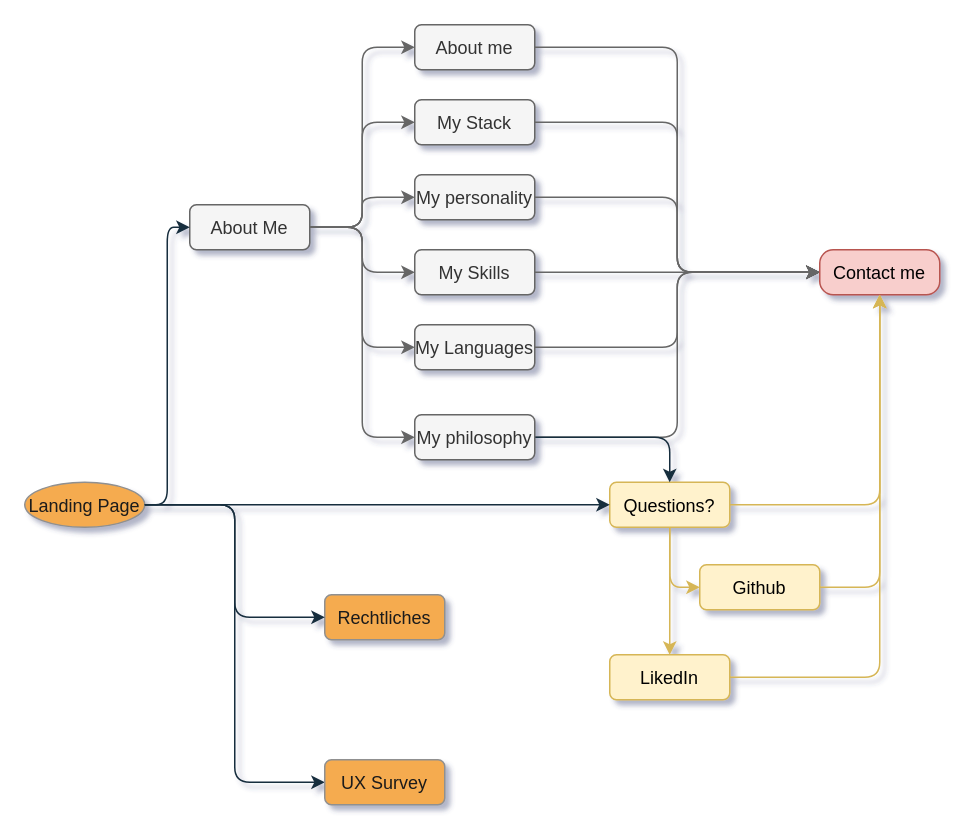
The draw.io diagram IA-Model/IA-Model.drawio in Sternenwarte88/webpage, before the edit. Source tidied: cells renumbered, new cells numbered last; positions are measured from the earlier drawing's top-left corner, leaving out a move shared by most shapes. Both pictures are drawn from the tidied source at 150%, with x=0, y=0 at pixel (24, 24).
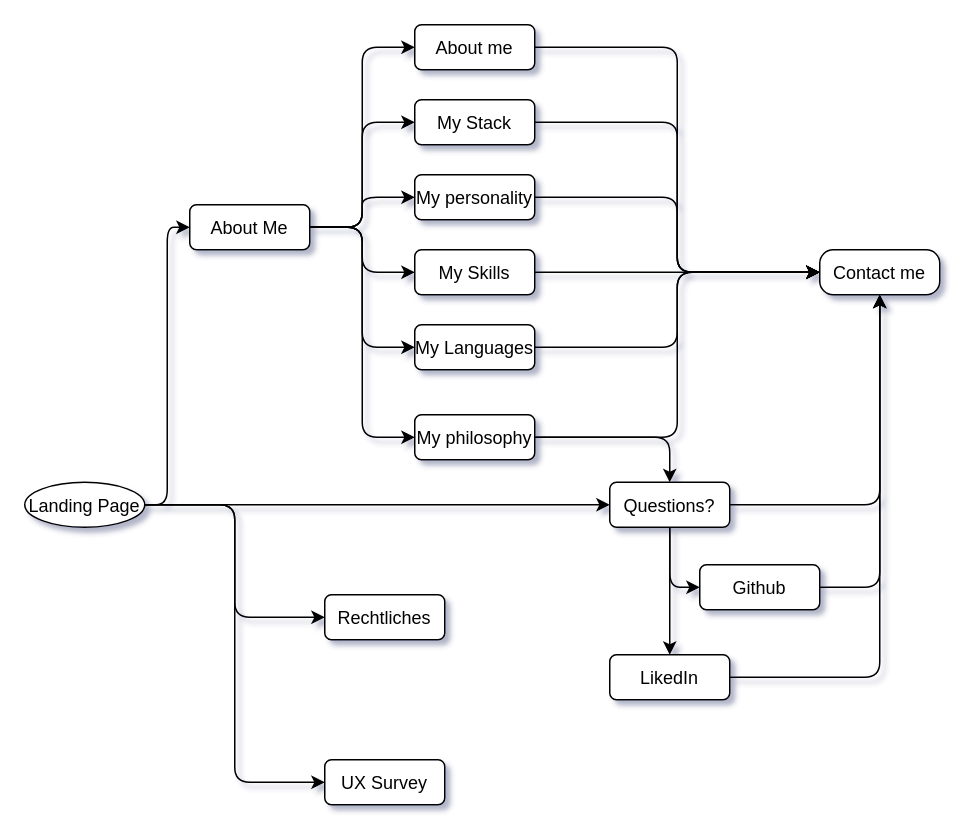
Above is the later version.

Commit message (it also covers changes not shown here):
improved visual styling landing page

Change to the diagram source:
```diff
@@
-    <mxCell id="2" style="edgeStyle=orthogonalEdgeStyle;jettySize=auto;html=1;exitX=1;exitY=0.5;exitDx=0;exitDy=0;entryX=0;entryY=0.5;entryDx=0;entryDy=0;labelBackgroundColor=#EEEEEE;strokeColor=#182E3E;fontColor=#1A1A1A;" parent="1" edge="1" source="3" target="37">
+    <mxCell id="2" style="edgeStyle=orthogonalEdgeStyle;jettySize=auto;html=1;exitX=1;exitY=0.5;exitDx=0;exitDy=0;entryX=0;entryY=0.5;entryDx=0;entryDy=0;" parent="1" edge="1" source="3" target="37">
       <mxGeometry relative="1" as="geometry" />
     </mxCell>
-    <mxCell id="3" value="Landing Page" style="ellipse;rounded=1;fillColor=#F5AB50;strokeColor=#909090;fontColor=#1A1A1A;" parent="1" vertex="1">
+    <mxCell id="3" value="Landing Page" style="ellipse;rounded=1;" parent="1" vertex="1">
       <mxGeometry y="305" width="80" height="30" as="geometry" />
     </mxCell>
-    <mxCell id="4" value="About Me" style="rounded=1;fillColor=#f5f5f5;strokeColor=#666666;fontColor=#333333;" parent="1" vertex="1">
+    <mxCell id="4" value="About Me" style="rounded=1;" parent="1" vertex="1">
       <mxGeometry x="110" y="120" width="80" height="30" as="geometry" />
     </mxCell>
-    <mxCell id="5" style="edgeStyle=elbowEdgeStyle;elbow=horizontal;labelBackgroundColor=#EEEEEE;strokeColor=#182E3E;fontColor=#1A1A1A;" parent="1" edge="1" source="3" target="4">
+    <mxCell id="5" style="edgeStyle=elbowEdgeStyle;elbow=horizontal;" parent="1" edge="1" source="3" target="4">
       <mxGeometry relative="1" as="geometry" />
     </mxCell>
-    <mxCell id="6" style="edgeStyle=orthogonalEdgeStyle;jettySize=auto;html=1;labelBackgroundColor=#EEEEEE;strokeColor=#d6b656;fontColor=#1A1A1A;fillColor=#fff2cc;" parent="1" edge="1" source="9" target="32">
+    <mxCell id="6" style="edgeStyle=orthogonalEdgeStyle;jettySize=auto;html=1;" parent="1" edge="1" source="9" target="32">
       <mxGeometry relative="1" as="geometry" />
     </mxCell>
-    <mxCell id="7" style="edgeStyle=orthogonalEdgeStyle;jettySize=auto;html=1;labelBackgroundColor=#EEEEEE;strokeColor=#d6b656;fontColor=#1A1A1A;fillColor=#fff2cc;" parent="1" edge="1" source="9" target="34">
+    <mxCell id="7" style="edgeStyle=orthogonalEdgeStyle;jettySize=auto;html=1;" parent="1" edge="1" source="9" target="34">
       <mxGeometry relative="1" as="geometry" />
     </mxCell>
-    <mxCell id="8" style="edgeStyle=orthogonalEdgeStyle;jettySize=auto;html=1;labelBackgroundColor=#EEEEEE;strokeColor=#d6b656;fontColor=#1A1A1A;fillColor=#fff2cc;" parent="1" edge="1" source="9" target="36">
+    <mxCell id="8" style="edgeStyle=orthogonalEdgeStyle;jettySize=auto;html=1;" parent="1" edge="1" source="9" target="36">
       <mxGeometry relative="1" as="geometry">
         <Array as="points">
           <mxPoint x="430" y="375" />
         </Array>
       </mxGeometry>
     </mxCell>
-    <mxCell id="9" value="Questions?" style="rounded=1;fillColor=#fff2cc;strokeColor=#d6b656;" parent="1" vertex="1">
+    <mxCell id="9" value="Questions?" style="rounded=1;" parent="1" vertex="1">
       <mxGeometry x="390" y="305" width="80" height="30" as="geometry" />
     </mxCell>
-    <mxCell id="10" style="edgeStyle=elbowEdgeStyle;elbow=horizontal;labelBackgroundColor=#EEEEEE;strokeColor=#182E3E;fontColor=#1A1A1A;" parent="1" edge="1" source="3" target="9">
+    <mxCell id="10" style="edgeStyle=elbowEdgeStyle;elbow=horizontal;" parent="1" edge="1" source="3" target="9">
       <mxGeometry relative="1" as="geometry" />
     </mxCell>
-    <mxCell id="11" style="edgeStyle=orthogonalEdgeStyle;jettySize=auto;html=1;exitX=1;exitY=0.5;exitDx=0;exitDy=0;entryX=0;entryY=0.5;entryDx=0;entryDy=0;labelBackgroundColor=#EEEEEE;strokeColor=#666666;fontColor=#1A1A1A;fillColor=#f5f5f5;" parent="1" edge="1" source="12" target="32">
+    <mxCell id="11" style="edgeStyle=orthogonalEdgeStyle;jettySize=auto;html=1;exitX=1;exitY=0.5;exitDx=0;exitDy=0;entryX=0;entryY=0.5;entryDx=0;entryDy=0;" parent="1" edge="1" source="12" target="32">
       <mxGeometry relative="1" as="geometry" />
     </mxCell>
-    <mxCell id="12" value="About me" style="rounded=1;fillColor=#f5f5f5;strokeColor=#666666;fontColor=#333333;" parent="1" vertex="1">
+    <mxCell id="12" value="About me" style="rounded=1;" parent="1" vertex="1">
       <mxGeometry x="260" width="80" height="30" as="geometry" />
     </mxCell>
-    <mxCell id="13" style="edgeStyle=elbowEdgeStyle;elbow=horizontal;labelBackgroundColor=#EEEEEE;strokeColor=#666666;fontColor=#1A1A1A;fillColor=#f5f5f5;" parent="1" edge="1" source="4" target="12">
+    <mxCell id="13" style="edgeStyle=elbowEdgeStyle;elbow=horizontal;" parent="1" edge="1" source="4" target="12">
       <mxGeometry relative="1" as="geometry" />
     </mxCell>
-    <mxCell id="14" style="edgeStyle=orthogonalEdgeStyle;jettySize=auto;html=1;exitX=1;exitY=0.5;exitDx=0;exitDy=0;entryX=0;entryY=0.5;entryDx=0;entryDy=0;labelBackgroundColor=#EEEEEE;strokeColor=#666666;fontColor=#1A1A1A;fillColor=#f5f5f5;" parent="1" edge="1" source="15" target="32">
+    <mxCell id="14" style="edgeStyle=orthogonalEdgeStyle;jettySize=auto;html=1;exitX=1;exitY=0.5;exitDx=0;exitDy=0;entryX=0;entryY=0.5;entryDx=0;entryDy=0;" parent="1" edge="1" source="15" target="32">
       <mxGeometry relative="1" as="geometry" />
     </mxCell>
-    <mxCell id="15" value="My personality" style="rounded=1;fillColor=#f5f5f5;strokeColor=#666666;fontColor=#333333;" parent="1" vertex="1">
+    <mxCell id="15" value="My personality" style="rounded=1;" parent="1" vertex="1">
       <mxGeometry x="260" y="100" width="80" height="30" as="geometry" />
     </mxCell>
-    <mxCell id="16" style="edgeStyle=elbowEdgeStyle;elbow=horizontal;labelBackgroundColor=#EEEEEE;strokeColor=#666666;fontColor=#1A1A1A;fillColor=#f5f5f5;" parent="1" edge="1" source="4" target="15">
+    <mxCell id="16" style="edgeStyle=elbowEdgeStyle;elbow=horizontal;" parent="1" edge="1" source="4" target="15">
       <mxGeometry relative="1" as="geometry" />
     </mxCell>
-    <mxCell id="17" style="edgeStyle=orthogonalEdgeStyle;jettySize=auto;html=1;exitX=1;exitY=0.5;exitDx=0;exitDy=0;entryX=0;entryY=0.5;entryDx=0;entryDy=0;labelBackgroundColor=#EEEEEE;strokeColor=#666666;fontColor=#1A1A1A;fillColor=#f5f5f5;" parent="1" edge="1" source="19" target="32">
+    <mxCell id="17" style="edgeStyle=orthogonalEdgeStyle;jettySize=auto;html=1;exitX=1;exitY=0.5;exitDx=0;exitDy=0;entryX=0;entryY=0.5;entryDx=0;entryDy=0;" parent="1" edge="1" source="19" target="32">
       <mxGeometry relative="1" as="geometry">
         <Array as="points">
           <mxPoint x="435" y="275" />
           <mxPoint x="435" y="165" />
         </Array>
       </mxGeometry>
     </mxCell>
-    <mxCell id="18" style="edgeStyle=orthogonalEdgeStyle;jettySize=auto;html=1;exitX=1;exitY=0.5;exitDx=0;exitDy=0;entryX=0.5;entryY=0;entryDx=0;entryDy=0;labelBackgroundColor=#EEEEEE;strokeColor=#182E3E;fontColor=#1A1A1A;" parent="1" edge="1" source="19" target="9">
+    <mxCell id="18" style="edgeStyle=orthogonalEdgeStyle;jettySize=auto;html=1;exitX=1;exitY=0.5;exitDx=0;exitDy=0;entryX=0.5;entryY=0;entryDx=0;entryDy=0;" parent="1" edge="1" source="19" target="9">
       <mxGeometry relative="1" as="geometry" />
     </mxCell>
-    <mxCell id="19" value="My philosophy" style="rounded=1;fillColor=#f5f5f5;strokeColor=#666666;fontColor=#333333;" parent="1" vertex="1">
+    <mxCell id="19" value="My philosophy" style="rounded=1;" parent="1" vertex="1">
       <mxGeometry x="260" y="260" width="80" height="30" as="geometry" />
     </mxCell>
-    <mxCell id="20" style="edgeStyle=elbowEdgeStyle;elbow=horizontal;labelBackgroundColor=#EEEEEE;strokeColor=#666666;fontColor=#1A1A1A;fillColor=#f5f5f5;" parent="1" edge="1" source="4" target="19">
+    <mxCell id="20" style="edgeStyle=elbowEdgeStyle;elbow=horizontal;" parent="1" edge="1" source="4" target="19">
       <mxGeometry relative="1" as="geometry" />
     </mxCell>
-    <mxCell id="21" style="edgeStyle=orthogonalEdgeStyle;jettySize=auto;html=1;exitX=1;exitY=0.5;exitDx=0;exitDy=0;entryX=0;entryY=0.5;entryDx=0;entryDy=0;labelBackgroundColor=#EEEEEE;strokeColor=#666666;fontColor=#1A1A1A;fillColor=#f5f5f5;" parent="1" edge="1" source="22" target="32">
+    <mxCell id="21" style="edgeStyle=orthogonalEdgeStyle;jettySize=auto;html=1;exitX=1;exitY=0.5;exitDx=0;exitDy=0;entryX=0;entryY=0.5;entryDx=0;entryDy=0;" parent="1" edge="1" source="22" target="32">
       <mxGeometry relative="1" as="geometry" />
     </mxCell>
-    <mxCell id="22" value="My Stack" style="rounded=1;fillColor=#f5f5f5;strokeColor=#666666;fontColor=#333333;" parent="1" vertex="1">
+    <mxCell id="22" value="My Stack" style="rounded=1;" parent="1" vertex="1">
       <mxGeometry x="260" y="50" width="80" height="30" as="geometry" />
     </mxCell>
-    <mxCell id="23" style="edgeStyle=elbowEdgeStyle;elbow=horizontal;labelBackgroundColor=#EEEEEE;strokeColor=#666666;fontColor=#1A1A1A;fillColor=#f5f5f5;" parent="1" edge="1" source="4" target="22">
+    <mxCell id="23" style="edgeStyle=elbowEdgeStyle;elbow=horizontal;" parent="1" edge="1" source="4" target="22">
       <mxGeometry relative="1" as="geometry" />
     </mxCell>
-    <mxCell id="24" style="edgeStyle=orthogonalEdgeStyle;jettySize=auto;html=1;exitX=1;exitY=0.5;exitDx=0;exitDy=0;entryX=0;entryY=0.5;entryDx=0;entryDy=0;labelBackgroundColor=#EEEEEE;strokeColor=#666666;fontColor=#1A1A1A;fillColor=#f5f5f5;" parent="1" edge="1" source="25" target="32">
+    <mxCell id="24" style="edgeStyle=orthogonalEdgeStyle;jettySize=auto;html=1;exitX=1;exitY=0.5;exitDx=0;exitDy=0;entryX=0;entryY=0.5;entryDx=0;entryDy=0;" parent="1" edge="1" source="25" target="32">
       <mxGeometry relative="1" as="geometry" />
     </mxCell>
-    <mxCell id="25" value="My Skills" style="rounded=1;fillColor=#f5f5f5;strokeColor=#666666;fontColor=#333333;" parent="1" vertex="1">
+    <mxCell id="25" value="My Skills" style="rounded=1;" parent="1" vertex="1">
       <mxGeometry x="260" y="150" width="80" height="30" as="geometry" />
     </mxCell>
-    <mxCell id="26" style="edgeStyle=elbowEdgeStyle;elbow=horizontal;labelBackgroundColor=#EEEEEE;strokeColor=#666666;fontColor=#1A1A1A;fillColor=#f5f5f5;" parent="1" edge="1" source="4" target="25">
+    <mxCell id="26" style="edgeStyle=elbowEdgeStyle;elbow=horizontal;" parent="1" edge="1" source="4" target="25">
       <mxGeometry relative="1" as="geometry" />
     </mxCell>
-    <mxCell id="27" style="edgeStyle=orthogonalEdgeStyle;jettySize=auto;html=1;exitX=1;exitY=0.5;exitDx=0;exitDy=0;entryX=0;entryY=0.5;entryDx=0;entryDy=0;labelBackgroundColor=#EEEEEE;strokeColor=#666666;fontColor=#1A1A1A;fillColor=#f5f5f5;" parent="1" edge="1" source="28" target="32">
+    <mxCell id="27" style="edgeStyle=orthogonalEdgeStyle;jettySize=auto;html=1;exitX=1;exitY=0.5;exitDx=0;exitDy=0;entryX=0;entryY=0.5;entryDx=0;entryDy=0;" parent="1" edge="1" source="28" target="32">
       <mxGeometry relative="1" as="geometry" />
     </mxCell>
-    <mxCell id="28" value="My Languages" style="rounded=1;fillColor=#f5f5f5;strokeColor=#666666;fontColor=#333333;" parent="1" vertex="1">
+    <mxCell id="28" value="My Languages" style="rounded=1;" parent="1" vertex="1">
       <mxGeometry x="260" y="200" width="80" height="30" as="geometry" />
     </mxCell>
-    <mxCell id="29" style="edgeStyle=elbowEdgeStyle;elbow=horizontal;labelBackgroundColor=#EEEEEE;strokeColor=#666666;fontColor=#1A1A1A;fillColor=#f5f5f5;" parent="1" edge="1" source="4" target="28">
+    <mxCell id="29" style="edgeStyle=elbowEdgeStyle;elbow=horizontal;" parent="1" edge="1" source="4" target="28">
       <mxGeometry relative="1" as="geometry" />
     </mxCell>
-    <mxCell id="30" value="Rechtliches" style="rounded=1;fillColor=#F5AB50;strokeColor=#909090;fontColor=#1A1A1A;" parent="1" vertex="1">
+    <mxCell id="30" value="Rechtliches" style="rounded=1;" parent="1" vertex="1">
       <mxGeometry x="200" y="380" width="80" height="30" as="geometry" />
     </mxCell>
-    <mxCell id="31" style="edgeStyle=elbowEdgeStyle;elbow=horizontal;labelBackgroundColor=#EEEEEE;strokeColor=#182E3E;fontColor=#1A1A1A;" parent="1" edge="1" source="3" target="30">
+    <mxCell id="31" style="edgeStyle=elbowEdgeStyle;elbow=horizontal;" parent="1" edge="1" source="3" target="30">
       <mxGeometry relative="1" as="geometry" />
     </mxCell>
-    <mxCell id="32" value="Contact me" style="rounded=1;fillColor=#f8cecc;strokeColor=#b85450;arcSize=30;" parent="1" vertex="1">
+    <mxCell id="32" value="Contact me" style="arcSize=30;rounded=1;" parent="1" vertex="1">
       <mxGeometry x="530" y="150" width="80" height="30" as="geometry" />
     </mxCell>
-    <mxCell id="33" style="edgeStyle=orthogonalEdgeStyle;jettySize=auto;html=1;exitX=1;exitY=0.5;exitDx=0;exitDy=0;entryX=0.5;entryY=1;entryDx=0;entryDy=0;labelBackgroundColor=#EEEEEE;strokeColor=#d6b656;fontColor=#1A1A1A;fillColor=#fff2cc;" parent="1" edge="1" source="34" target="32">
+    <mxCell id="33" style="edgeStyle=orthogonalEdgeStyle;jettySize=auto;html=1;exitX=1;exitY=0.5;exitDx=0;exitDy=0;entryX=0.5;entryY=1;entryDx=0;entryDy=0;" parent="1" edge="1" source="34" target="32">
       <mxGeometry relative="1" as="geometry" />
     </mxCell>
-    <mxCell id="34" value="LikedIn" style="rounded=1;fillColor=#fff2cc;strokeColor=#d6b656;" parent="1" vertex="1">
+    <mxCell id="34" value="LikedIn" style="rounded=1;" parent="1" vertex="1">
       <mxGeometry x="390" y="420" width="80" height="30" as="geometry" />
     </mxCell>
-    <mxCell id="35" style="edgeStyle=orthogonalEdgeStyle;jettySize=auto;html=1;exitX=1;exitY=0.5;exitDx=0;exitDy=0;entryX=0.5;entryY=1;entryDx=0;entryDy=0;labelBackgroundColor=#EEEEEE;strokeColor=#d6b656;fontColor=#1A1A1A;fillColor=#fff2cc;" parent="1" edge="1" source="36" target="32">
+    <mxCell id="35" style="edgeStyle=orthogonalEdgeStyle;jettySize=auto;html=1;exitX=1;exitY=0.5;exitDx=0;exitDy=0;entryX=0.5;entryY=1;entryDx=0;entryDy=0;" parent="1" edge="1" source="36" target="32">
       <mxGeometry relative="1" as="geometry" />
     </mxCell>
-    <mxCell id="36" value="Github" style="rounded=1;fillColor=#fff2cc;strokeColor=#d6b656;" parent="1" vertex="1">
+    <mxCell id="36" value="Github" style="rounded=1;" parent="1" vertex="1">
       <mxGeometry x="450" y="360" width="80" height="30" as="geometry" />
     </mxCell>
-    <mxCell id="37" value="UX Survey" style="rounded=1;fillColor=#F5AB50;strokeColor=#909090;fontColor=#1A1A1A;" parent="1" vertex="1">
+    <mxCell id="37" value="UX Survey" style="rounded=1;" parent="1" vertex="1">
       <mxGeometry x="200" y="490" width="80" height="30" as="geometry" />
     </mxCell>
```
